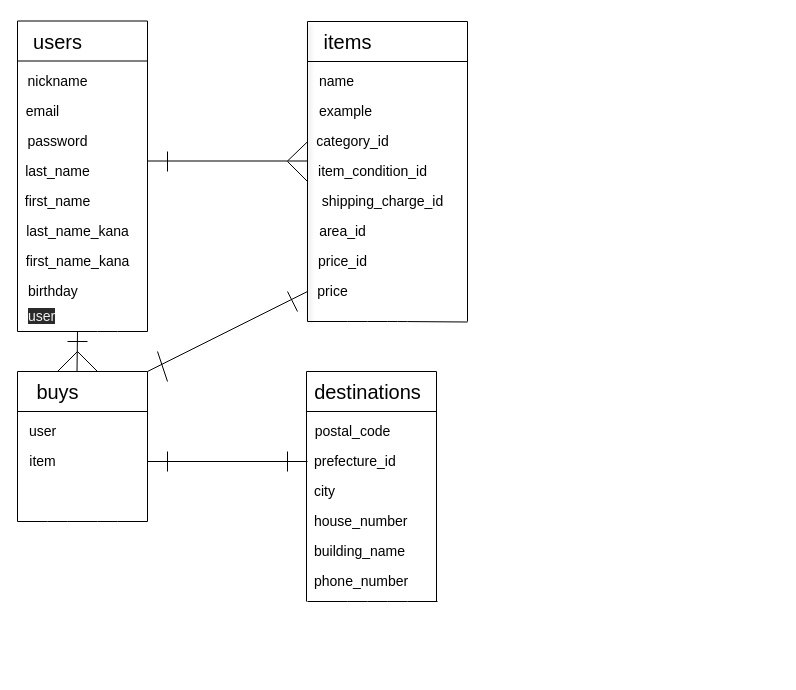
Before: furima.dio in yoshihiro-kawamura/furima-31667, a draw.io diagram. Source tidied: cells renumbered, new cells numbered last; positions are measured from the earlier drawing's top-left corner, leaving out a move shared by most shapes. Both pictures are drawn from the tidied source at 100%, with x=0, y=0 at pixel (17, 21).
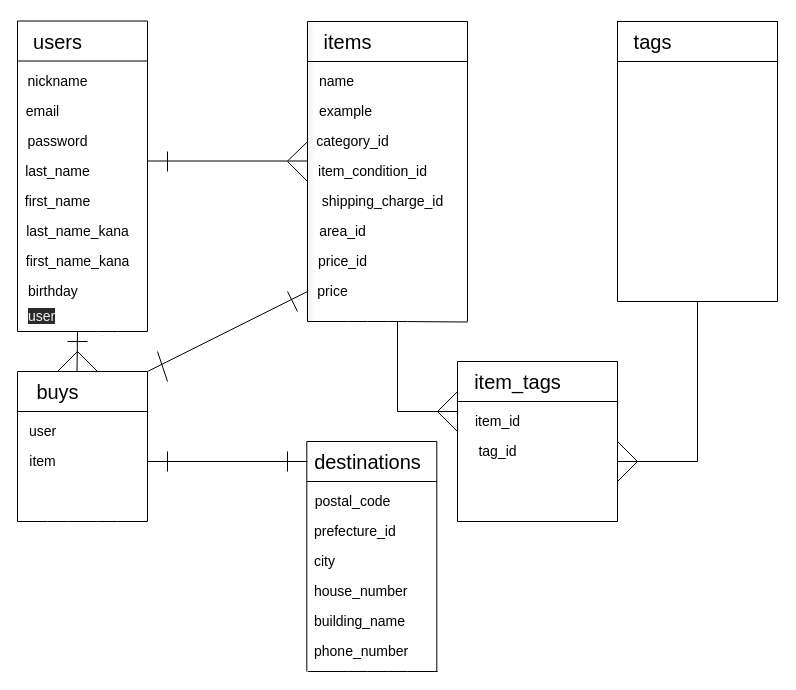
Above is the later version.

Diff of the diagram source:
```diff
@@
     <mxCell id="41" style="endArrow=none;html=1;" parent="1" edge="1">
       <mxGeometry relative="1" as="geometry">
-        <mxPoint x="289" y="350" as="sourcePoint" />
-        <mxPoint x="419" y="350" as="targetPoint" />
+        <mxPoint x="289.3" y="420" as="sourcePoint" />
+        <mxPoint x="419.3" y="420" as="targetPoint" />
         <Array as="points">
-          <mxPoint x="289" y="350" />
+          <mxPoint x="289.3" y="420" />
         </Array>
       </mxGeometry>
     </mxCell>
     <mxCell id="42" style="endArrow=none;html=1;" parent="1" edge="1">
       <mxGeometry relative="1" as="geometry">
-        <mxPoint x="289" y="390" as="sourcePoint" />
-        <mxPoint x="419" y="390" as="targetPoint" />
+        <mxPoint x="289.3" y="460" as="sourcePoint" />
+        <mxPoint x="419.3" y="460" as="targetPoint" />
         <Array as="points">
-          <mxPoint x="289" y="390" />
+          <mxPoint x="289.3" y="460" />
         </Array>
       </mxGeometry>
     </mxCell>
     <mxCell id="43" style="endArrow=none;html=1;" parent="1" edge="1">
       <mxGeometry relative="1" as="geometry">
-        <mxPoint x="290" y="580" as="sourcePoint" />
-        <mxPoint x="420" y="580" as="targetPoint" />
+        <mxPoint x="290.3" y="650" as="sourcePoint" />
+        <mxPoint x="420.3" y="650" as="targetPoint" />
         <Array as="points">
-          <mxPoint x="290" y="580" />
-          <mxPoint x="340" y="580" />
-          <mxPoint x="380" y="580" />
+          <mxPoint x="290.3" y="650" />
+          <mxPoint x="340.3" y="650" />
+          <mxPoint x="380.3" y="650" />
         </Array>
       </mxGeometry>
     </mxCell>
     <mxCell id="44" value="destinations" style="text;html=1;align=center;verticalAlign=middle;strokeWidth=1;fontSize=20;" parent="1" vertex="1">
-      <mxGeometry x="290" y="355" width="120" height="30" as="geometry" />
+      <mxGeometry x="290.3" y="425" width="120" height="30" as="geometry" />
     </mxCell>
     <mxCell id="45" value="postal_code" style="text;html=1;align=center;verticalAlign=middle;strokeWidth=1;fontSize=14;" parent="1" vertex="1">
-      <mxGeometry x="290" y="400" width="90" height="20" as="geometry" />
+      <mxGeometry x="290.3" y="470" width="90" height="20" as="geometry" />
     </mxCell>
     <mxCell id="46" style="endArrow=none;html=1;fontSize=20;" parent="1" edge="1">
       <mxGeometry relative="1" as="geometry">
-        <mxPoint x="289" y="580" as="sourcePoint" />
-        <mxPoint x="289" y="350" as="targetPoint" />
+        <mxPoint x="289.3" y="650" as="sourcePoint" />
+        <mxPoint x="289.3" y="420" as="targetPoint" />
       </mxGeometry>
     </mxCell>
     <mxCell id="47" style="endArrow=none;html=1;fontSize=20;" parent="1" edge="1">
       <mxGeometry relative="1" as="geometry">
-        <mxPoint x="419" y="580" as="sourcePoint" />
-        <mxPoint x="419" y="350" as="targetPoint" />
+        <mxPoint x="419.3" y="650" as="sourcePoint" />
+        <mxPoint x="419.3" y="420" as="targetPoint" />
       </mxGeometry>
     </mxCell>
     <mxCell id="48" value="prefecture_id" style="text;html=1;align=left;verticalAlign=middle;strokeWidth=1;fontSize=14;labelPosition=center;verticalLabelPosition=middle;" parent="1" vertex="1">
-      <mxGeometry x="295" y="430" width="100" height="20" as="geometry" />
+      <mxGeometry x="295.3" y="500" width="100" height="20" as="geometry" />
     </mxCell>
     <mxCell id="49" value="city" style="text;html=1;align=left;verticalAlign=middle;strokeWidth=1;fontSize=14;labelPosition=center;verticalLabelPosition=middle;" parent="1" vertex="1">
-      <mxGeometry x="295" y="459.5" width="40" height="20" as="geometry" />
+      <mxGeometry x="295.3" y="529.5" width="40" height="20" as="geometry" />
     </mxCell>
     <mxCell id="50" value="house_number" style="text;html=1;align=left;verticalAlign=middle;strokeWidth=1;fontSize=14;labelPosition=center;verticalLabelPosition=middle;" parent="1" vertex="1">
-      <mxGeometry x="295" y="489.5" width="110" height="20" as="geometry" />
+      <mxGeometry x="295.3" y="559.5" width="110" height="20" as="geometry" />
     </mxCell>
     <mxCell id="51" value="building_name" style="text;html=1;align=left;verticalAlign=middle;strokeWidth=1;fontSize=14;labelPosition=center;verticalLabelPosition=middle;" parent="1" vertex="1">
-      <mxGeometry x="295" y="519.5" width="110" height="20" as="geometry" />
+      <mxGeometry x="295.3" y="589.5" width="110" height="20" as="geometry" />
     </mxCell>
     <mxCell id="52" value="phone_number" style="text;html=1;align=left;verticalAlign=middle;strokeWidth=1;fontSize=14;labelPosition=center;verticalLabelPosition=middle;" parent="1" vertex="1">
-      <mxGeometry x="295" y="549.5" width="110" height="20" as="geometry" />
+      <mxGeometry x="295.3" y="619.5" width="110" height="20" as="geometry" />
     </mxCell>
@@
+    <mxCell id="65" style="endArrow=none;html=1;" parent="1" edge="1">
+      <mxGeometry relative="1" as="geometry">
+        <mxPoint x="600" y="280" as="sourcePoint" />
+        <mxPoint x="600" y="-0.5" as="targetPoint" />
+      </mxGeometry>
+    </mxCell>
+    <mxCell id="66" style="endArrow=none;html=1;" parent="1" edge="1">
+      <mxGeometry relative="1" as="geometry">
+        <mxPoint x="760" y="280" as="sourcePoint" />
+        <mxPoint x="760" y="-0.5" as="targetPoint" />
+      </mxGeometry>
+    </mxCell>
+    <mxCell id="67" style="endArrow=none;html=1;" parent="1" edge="1">
+      <mxGeometry relative="1" as="geometry">
+        <mxPoint x="600" as="sourcePoint" />
+        <mxPoint x="760" as="targetPoint" />
+      </mxGeometry>
+    </mxCell>
+    <mxCell id="68" style="endArrow=none;html=1;" parent="1" edge="1">
+      <mxGeometry relative="1" as="geometry">
+        <mxPoint x="600" y="280" as="sourcePoint" />
+        <mxPoint x="760" y="280" as="targetPoint" />
+      </mxGeometry>
+    </mxCell>
+    <mxCell id="69" style="endArrow=none;html=1;" parent="1" edge="1">
+      <mxGeometry relative="1" as="geometry">
+        <mxPoint x="600" y="40" as="sourcePoint" />
+        <mxPoint x="760" y="40" as="targetPoint" />
+      </mxGeometry>
+    </mxCell>
+    <mxCell id="70" value="tags" style="text;html=1;align=center;verticalAlign=middle;fontSize=20;" parent="1" vertex="1">
+      <mxGeometry x="610" y="5" width="50" height="30" as="geometry" />
+    </mxCell>
+    <mxCell id="71" style="endArrow=none;html=1;fontSize=20;" parent="1" edge="1">
+      <mxGeometry relative="1" as="geometry">
+        <mxPoint x="440" y="340" as="sourcePoint" />
+        <mxPoint x="600" y="340" as="targetPoint" />
+      </mxGeometry>
+    </mxCell>
+    <mxCell id="72" style="endArrow=none;html=1;fontSize=20;" parent="1" edge="1">
+      <mxGeometry relative="1" as="geometry">
+        <mxPoint x="440" y="500" as="sourcePoint" />
+        <mxPoint x="600" y="500" as="targetPoint" />
+      </mxGeometry>
+    </mxCell>
+    <mxCell id="73" style="endArrow=none;html=1;fontSize=20;" parent="1" edge="1">
+      <mxGeometry relative="1" as="geometry">
+        <mxPoint x="440" y="500" as="sourcePoint" />
+        <mxPoint x="440" y="340" as="targetPoint" />
+      </mxGeometry>
+    </mxCell>
+    <mxCell id="74" style="endArrow=none;html=1;fontSize=20;" parent="1" edge="1">
+      <mxGeometry relative="1" as="geometry">
+        <mxPoint x="600" y="500" as="sourcePoint" />
+        <mxPoint x="600" y="340" as="targetPoint" />
+      </mxGeometry>
+    </mxCell>
+    <mxCell id="75" style="endArrow=none;html=1;fontSize=20;" parent="1" edge="1">
+      <mxGeometry relative="1" as="geometry">
+        <mxPoint x="440" y="380" as="sourcePoint" />
+        <mxPoint x="595" y="380" as="targetPoint" />
+      </mxGeometry>
+    </mxCell>
+    <mxCell id="76" style="endArrow=none;html=1;fontSize=20;" parent="1" edge="1">
+      <mxGeometry relative="1" as="geometry">
+        <mxPoint x="460" y="380" as="sourcePoint" />
+        <mxPoint x="600" y="380" as="targetPoint" />
+      </mxGeometry>
+    </mxCell>
+    <mxCell id="77" value="item_tags" style="text;html=1;align=center;verticalAlign=middle;fontSize=20;" parent="1" vertex="1">
+      <mxGeometry x="450" y="345" width="100" height="30" as="geometry" />
+    </mxCell>
+    <mxCell id="78" style="endArrow=none;html=1;fontSize=20;" parent="1" edge="1">
+      <mxGeometry relative="1" as="geometry">
+        <mxPoint x="680" y="440" as="sourcePoint" />
+        <mxPoint x="680" y="280" as="targetPoint" />
+      </mxGeometry>
+    </mxCell>
+    <mxCell id="79" style="endArrow=none;html=1;fontSize=20;" parent="1" edge="1">
+      <mxGeometry relative="1" as="geometry">
+        <mxPoint x="600" y="440" as="sourcePoint" />
+        <mxPoint x="680" y="440" as="targetPoint" />
+      </mxGeometry>
+    </mxCell>
+    <mxCell id="80" style="endArrow=none;html=1;fontSize=20;" parent="1" edge="1">
+      <mxGeometry relative="1" as="geometry">
+        <mxPoint x="380" y="390" as="sourcePoint" />
+        <mxPoint x="380" y="300" as="targetPoint" />
+      </mxGeometry>
+    </mxCell>
+    <mxCell id="81" style="endArrow=none;html=1;fontSize=20;" parent="1" edge="1">
+      <mxGeometry relative="1" as="geometry">
+        <mxPoint x="380" y="390" as="sourcePoint" />
+        <mxPoint x="440" y="390" as="targetPoint" />
+      </mxGeometry>
+    </mxCell>
+    <mxCell id="82" style="endArrow=none;html=1;fontSize=20;" parent="1" edge="1">
+      <mxGeometry relative="1" as="geometry">
+        <mxPoint x="420" y="390" as="sourcePoint" />
+        <mxPoint x="440" y="370" as="targetPoint" />
+      </mxGeometry>
+    </mxCell>
+    <mxCell id="83" style="endArrow=none;html=1;fontSize=20;" parent="1" edge="1">
+      <mxGeometry relative="1" as="geometry">
+        <mxPoint x="600" y="460" as="sourcePoint" />
+        <mxPoint x="620" y="440" as="targetPoint" />
+      </mxGeometry>
+    </mxCell>
+    <mxCell id="84" style="endArrow=none;html=1;fontSize=20;" parent="1" edge="1">
+      <mxGeometry relative="1" as="geometry">
+        <mxPoint x="440" y="410" as="sourcePoint" />
+        <mxPoint x="420" y="390" as="targetPoint" />
+      </mxGeometry>
+    </mxCell>
+    <mxCell id="85" style="endArrow=none;html=1;fontSize=20;" parent="1" edge="1">
+      <mxGeometry relative="1" as="geometry">
+        <mxPoint x="620" y="440" as="sourcePoint" />
+        <mxPoint x="600" y="420" as="targetPoint" />
+      </mxGeometry>
+    </mxCell>
+    <mxCell id="86" value="item_id" style="text;html=1;align=center;verticalAlign=middle;fontSize=14;" parent="1" vertex="1">
+      <mxGeometry x="450" y="390" width="60" height="20" as="geometry" />
+    </mxCell>
+    <mxCell id="87" value="tag_id" style="text;html=1;align=center;verticalAlign=middle;fontSize=14;" parent="1" vertex="1">
+      <mxGeometry x="455" y="420" width="50" height="20" as="geometry" />
+    </mxCell>
```
